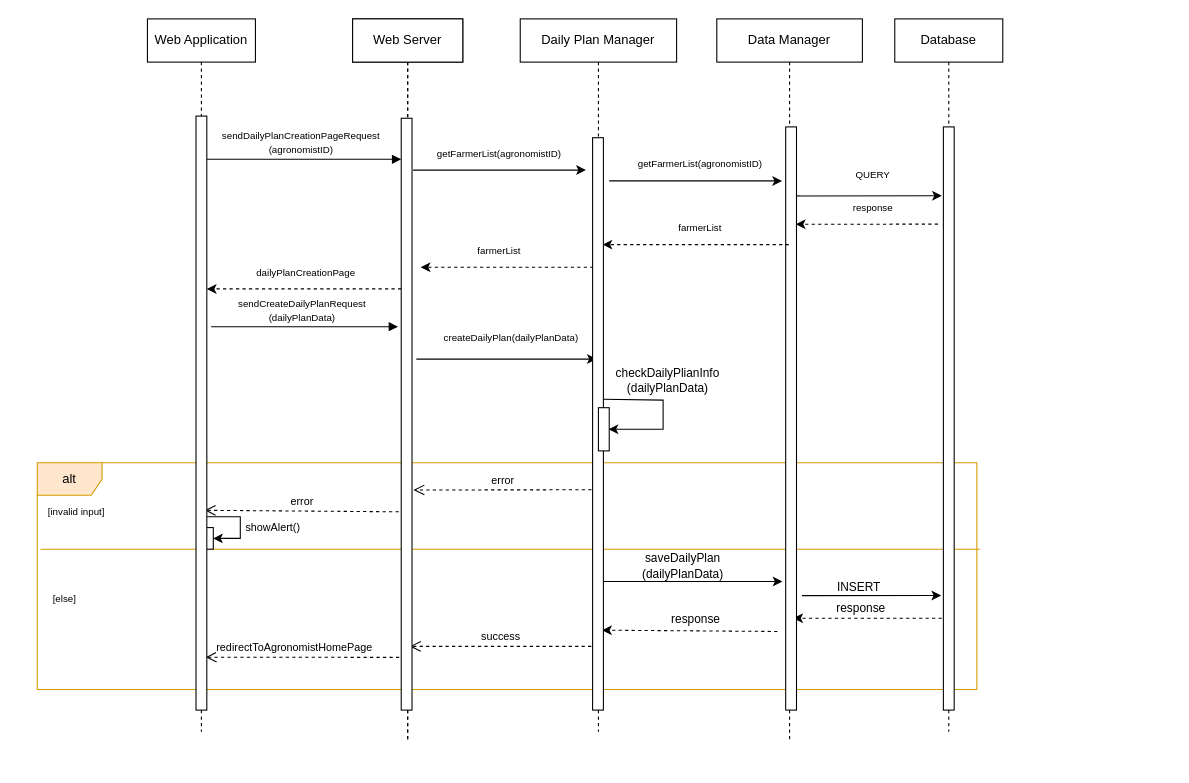
Before: page "A-CreateDP-UC3" (3 of 18) of DD/UML/Runtime.drawio in ictar/DREAM-SE2-Project-2022, a draw.io diagram. Source tidied: cells renumbered, new cells numbered last; positions are measured from the earlier drawing's top-left corner, leaving out a move shared by most shapes. Both pictures are drawn from the tidied source at 108%, with x=0, y=0 at pixel (18, 18).
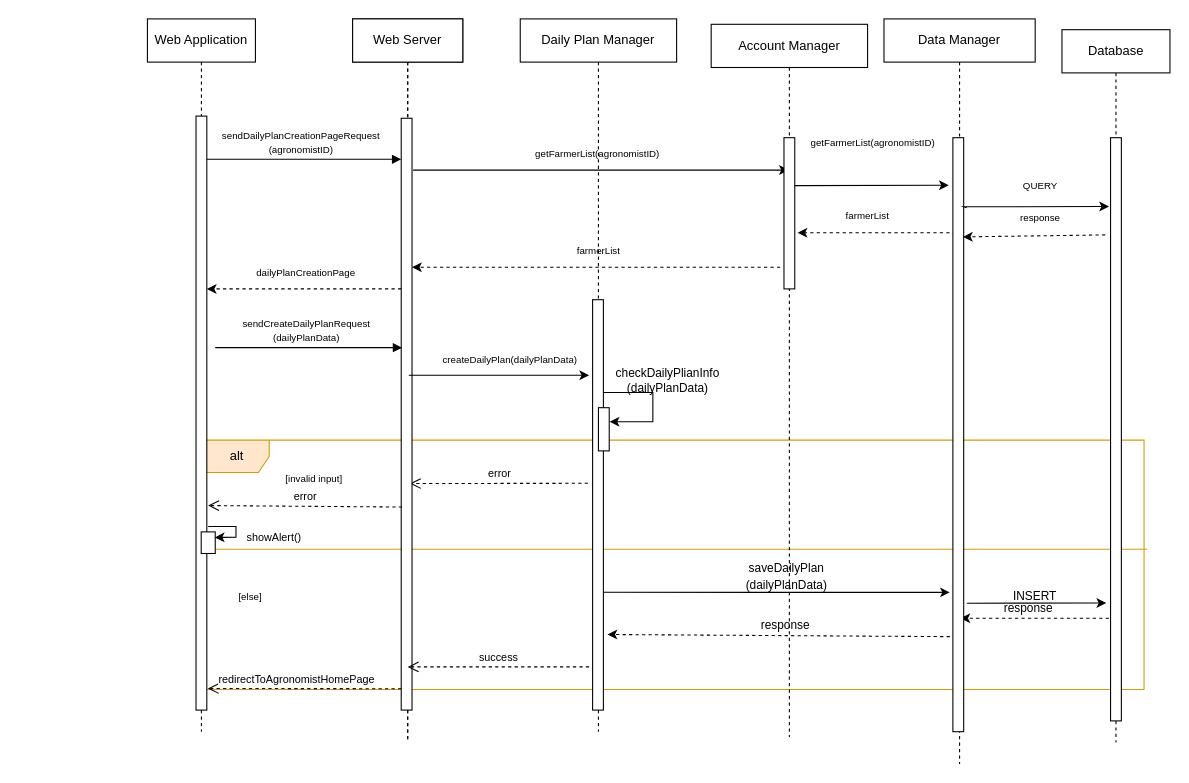
The same diagram, later.

The change refers to these unchanged cells:
```xml
<mxCell id="28" value="Web Server" style="shape=umlLifeline;perimeter=lifelinePerimeter;whiteSpace=wrap;html=1;" parent="1" vertex="1">
  <mxGeometry x="309" width="102" height="670" as="geometry" />
</mxCell>
<mxCell id="31" style="html=1;points=[];perimeter=orthogonalPerimeter;" parent="1" vertex="1">
  <mxGeometry x="164" y="90" width="10" height="550" as="geometry" />
</mxCell>
```

The edit, as a diff of the source:
```diff
@@
     <mxCell id="2" value="Data Manager" style="shape=umlLifeline;perimeter=lifelinePerimeter;whiteSpace=wrap;html=1;" parent="1" vertex="1">
-      <mxGeometry x="646.2" width="134.8" height="670" as="geometry" />
+      <mxGeometry x="801" width="140" height="690" as="geometry" />
     </mxCell>
-    <mxCell id="3" style="endArrow=classic;html=1;rounded=0;fontFamily=Helvetica;fontSize=9;strokeColor=#000000;" parent="2" edge="1">
-      <mxGeometry relative="1" as="geometry">
-        <mxPoint x="-39.6" y="150" as="sourcePoint" />
-        <mxPoint x="60.4" y="150" as="targetPoint" />
-        <Array as="points">
-          <mxPoint x="-99.6" y="150" />
-        </Array>
-      </mxGeometry>
-    </mxCell>
@@
     <mxCell id="5" value="alt" style="shape=umlFrame;whiteSpace=wrap;html=1;fillColor=#ffe6cc;strokeColor=#d79b00;" parent="2" vertex="1">
-      <mxGeometry x="-629.2" y="411" width="870" height="210" as="geometry" />
+      <mxGeometry x="-629.2" y="390" width="870" height="231" as="geometry" />
     </mxCell>
-    <mxCell id="6" style="endArrow=classic;html=1;rounded=0;dashed=1;exitX=-0.367;exitY=0.985;exitDx=0;exitDy=0;exitPerimeter=0;" parent="2" edge="1">
+    <mxCell id="6" style="endArrow=classic;html=1;rounded=0;dashed=1;exitX=-0.281;exitY=0.84;exitDx=0;exitDy=0;exitPerimeter=0;" parent="2" edge="1" source="37">
       <mxGeometry relative="1" as="geometry">
-        <mxPoint x="56.1" y="567.2" as="sourcePoint" />
-        <mxPoint x="-106.2" y="566" as="targetPoint" />
+        <mxPoint x="-256" y="570" as="targetPoint" />
       </mxGeometry>
     </mxCell>
     <mxCell id="7" style="endArrow=classic;html=1;rounded=0;" parent="2" edge="1">
       <mxGeometry relative="1" as="geometry">
-        <mxPoint x="78.8" y="534" as="sourcePoint" />
-        <mxPoint x="207.8" y="533.9" as="targetPoint" />
+        <mxPoint x="76.8" y="541" as="sourcePoint" />
+        <mxPoint x="205.8" y="540.9" as="targetPoint" />
       </mxGeometry>
     </mxCell>
@@
-    <mxCell id="10" value="&lt;font style=&quot;font-size: 9px&quot;&gt;[else]&lt;/font&gt;" style="text;html=1;strokeColor=none;fillColor=none;align=center;verticalAlign=middle;whiteSpace=wrap;rounded=0;rotation=0;" parent="2" vertex="1">
-      <mxGeometry x="-646.2" y="521" width="85" height="30" as="geometry" />
-    </mxCell>
-    <mxCell id="11" value="&lt;font style=&quot;font-size: 9px&quot;&gt;[invalid input]&lt;/font&gt;" style="text;html=1;strokeColor=none;fillColor=none;align=center;verticalAlign=middle;whiteSpace=wrap;rounded=0;" parent="2" vertex="1">
-      <mxGeometry x="-635.2" y="441" width="85" height="30" as="geometry" />
-    </mxCell>
-    <mxCell id="12" value="&lt;span style=&quot;font-family: &amp;#34;helvetica&amp;#34; ; font-size: x-small&quot;&gt;redirectToA&lt;/span&gt;&lt;font face=&quot;helvetica&quot; size=&quot;1&quot;&gt;gronomistHomePage&lt;/font&gt;" style="html=1;verticalAlign=bottom;endArrow=open;dashed=1;endSize=8;exitX=-0.09;exitY=0.822;rounded=0;exitDx=0;exitDy=0;exitPerimeter=0;" parent="2" edge="1">
-      <mxGeometry x="0.07" relative="1" as="geometry">
-        <mxPoint x="-294.1" y="591.2" as="sourcePoint" />
-        <mxPoint x="-473.2" y="591" as="targetPoint" />
-        <mxPoint x="-1" as="offset" />
-      </mxGeometry>
-    </mxCell>
-    <mxCell id="13" value="&lt;font style=&quot;font-size: 10px&quot;&gt;success&lt;/font&gt;" style="html=1;verticalAlign=bottom;endArrow=open;dashed=1;endSize=8;rounded=0;" parent="2" edge="1">
-      <mxGeometry relative="1" as="geometry">
-        <mxPoint x="-116.2" y="581" as="sourcePoint" />
-        <mxPoint x="-284.2" y="581" as="targetPoint" />
-      </mxGeometry>
-    </mxCell>
-    <mxCell id="14" value="&lt;font style=&quot;font-size: 11px&quot;&gt;saveDailyPlan&lt;br&gt;(d&lt;/font&gt;&lt;span style=&quot;font-size: 11px&quot;&gt;ailyPlanData)&lt;/span&gt;" style="text;html=1;strokeColor=none;fillColor=none;align=center;verticalAlign=middle;whiteSpace=wrap;rounded=0;" parent="2" vertex="1">
-      <mxGeometry x="-61" y="491" width="60" height="30" as="geometry" />
-    </mxCell>
-    <mxCell id="15" style="endArrow=classic;html=1;rounded=0;exitX=1;exitY=0.75;exitDx=0;exitDy=0;" parent="2" edge="1">
+    <mxCell id="15" style="endArrow=classic;html=1;rounded=0;exitX=0.5;exitY=0.713;exitDx=0;exitDy=0;exitPerimeter=0;" parent="2" edge="1" source="48">
       <mxGeometry relative="1" as="geometry">
-        <mxPoint x="-106" y="521" as="sourcePoint" />
-        <mxPoint x="60.8" y="521" as="targetPoint" />
+        <mxPoint x="61" y="531" as="targetPoint" />
       </mxGeometry>
     </mxCell>
-    <mxCell id="16" value="response" style="text;html=1;strokeColor=none;fillColor=none;align=center;verticalAlign=middle;whiteSpace=wrap;rounded=0;fontSize=11;" parent="2" vertex="1">
-      <mxGeometry x="-49.6" y="546" width="60" height="20" as="geometry" />
-    </mxCell>
-    <mxCell id="17" style="endArrow=classic;html=1;rounded=0;fontSize=11;strokeColor=#000000;exitX=0.91;exitY=0.457;exitDx=0;exitDy=0;exitPerimeter=0;" parent="2" edge="1" source="48">
+    <mxCell id="17" style="endArrow=classic;html=1;rounded=0;fontSize=11;strokeColor=#000000;" parent="2" edge="1">
       <mxGeometry relative="1" as="geometry">
-        <mxPoint x="-100.2" y="380" as="targetPoint" />
+        <mxPoint x="-268.4" y="346" as="sourcePoint" />
+        <mxPoint x="-254" y="373" as="targetPoint" />
         <Array as="points">
-          <mxPoint x="-49.7" y="353" />
-          <mxPoint x="-49.7" y="380" />
+          <mxPoint x="-254" y="346" />
+          <mxPoint x="-214" y="346" />
+          <mxPoint x="-214" y="373" />
         </Array>
       </mxGeometry>
     </mxCell>
-    <mxCell id="18" style="endArrow=classic;html=1;rounded=0;fontSize=9;entryX=0.978;entryY=0.131;entryDx=0;entryDy=0;entryPerimeter=0;edgeStyle=orthogonalEdgeStyle;endFill=1;" parent="2" edge="1">
-      <mxGeometry relative="1" as="geometry">
-        <mxPoint x="-479.2" y="461" as="sourcePoint" />
-        <mxPoint x="-466.4" y="481" as="targetPoint" />
-        <Array as="points">
-          <mxPoint x="-441.2" y="461" />
-          <mxPoint x="-441.2" y="481" />
-        </Array>
-      </mxGeometry>
-    </mxCell>
-    <mxCell id="19" value="showAlert()" style="text;html=1;align=center;verticalAlign=middle;strokeColor=none;fillColor=none;fontSize=10;" parent="2" vertex="1">
-      <mxGeometry x="-446.2" y="461" width="70" height="20" as="geometry" />
-    </mxCell>
-    <mxCell id="20" value="&lt;div&gt;&lt;span style=&quot;font-size: 9px&quot;&gt;sendCreateDailyPlanRequest&lt;/span&gt;&lt;/div&gt;&lt;div&gt;&lt;span style=&quot;font-size: 9px&quot;&gt;(dailyPlanData&lt;/span&gt;&lt;span style=&quot;font-size: 9px&quot;&gt;)&lt;/span&gt;&lt;/div&gt;" style="html=1;verticalAlign=bottom;endArrow=block;rounded=0;align=center;" parent="2" edge="1">
-      <mxGeometry x="-0.03" relative="1" as="geometry">
-        <mxPoint x="-468.2" y="285" as="sourcePoint" />
-        <mxPoint x="-295.2" y="285" as="targetPoint" />
-        <Array as="points">
-          <mxPoint x="-371.2" y="285" />
-        </Array>
-      </mxGeometry>
-    </mxCell>
-    <mxCell id="21" style="endArrow=classic;html=1;rounded=0;" parent="2" edge="1">
-      <mxGeometry relative="1" as="geometry">
-        <mxPoint x="-278.2" y="315" as="sourcePoint" />
-        <mxPoint x="-111.2" y="315" as="targetPoint" />
-        <Array as="points">
-          <mxPoint x="-221.2" y="315" />
-        </Array>
-      </mxGeometry>
-    </mxCell>
-    <mxCell id="22" value="&lt;span style=&quot;font-size: 9px ; background-color: rgb(255 , 255 , 255)&quot;&gt;createDailyPlan&lt;/span&gt;&lt;span style=&quot;background-color: rgb(255 , 255 , 255) ; font-size: 9px&quot;&gt;(d&lt;/span&gt;&lt;span style=&quot;font-size: 9px ; background-color: rgb(255 , 255 , 255)&quot;&gt;ailyPlanData&lt;/span&gt;&lt;span style=&quot;background-color: rgb(255 , 255 , 255) ; font-size: 9px&quot;&gt;)&lt;/span&gt;" style="text;html=1;strokeColor=none;fillColor=none;align=center;verticalAlign=middle;whiteSpace=wrap;rounded=0;" parent="2" vertex="1">
-      <mxGeometry x="-220" y="280" width="60" height="30" as="geometry" />
-    </mxCell>
+    <mxCell id="42" style="endArrow=classic;html=1;rounded=0;fontFamily=Helvetica;fontSize=9;strokeColor=#000000;dashed=1;" parent="2" edge="1">
+      <mxGeometry relative="1" as="geometry">
+        <mxPoint x="66.7" y="198" as="sourcePoint" />
+        <mxPoint x="-80" y="198" as="targetPoint" />
+      </mxGeometry>
+    </mxCell>
+    <mxCell id="46" value="farmerList" style="text;html=1;strokeColor=none;fillColor=none;align=center;verticalAlign=middle;whiteSpace=wrap;rounded=0;labelBackgroundColor=none;fontFamily=Helvetica;fontSize=9;" parent="2" vertex="1">
+      <mxGeometry x="-45.2" y="168" width="60" height="30" as="geometry" />
+    </mxCell>
     <mxCell id="23" value="&lt;font style=&quot;font-size: 10px&quot;&gt;error&lt;/font&gt;" style="html=1;verticalAlign=bottom;endArrow=open;dashed=1;endSize=8;rounded=0;exitX=-0.067;exitY=0.831;exitDx=0;exitDy=0;exitPerimeter=0;entryX=0.953;entryY=0.495;entryDx=0;entryDy=0;entryPerimeter=0;" parent="2" edge="1">
       <mxGeometry relative="1" as="geometry">
-        <mxPoint x="-116" y="436" as="sourcePoint" />
-        <mxPoint x="-280.9" y="436.2" as="targetPoint" />
+        <mxPoint x="-274.1" y="430" as="sourcePoint" />
+        <mxPoint x="-439" y="430.2" as="targetPoint" />
       </mxGeometry>
     </mxCell>
-    <mxCell id="24" value="&lt;font style=&quot;font-size: 10px&quot;&gt;error&lt;/font&gt;" style="html=1;verticalAlign=bottom;endArrow=open;dashed=1;endSize=8;rounded=0;exitX=-0.067;exitY=0.831;exitDx=0;exitDy=0;exitPerimeter=0;" parent="2" edge="1">
-      <mxGeometry relative="1" as="geometry">
-        <mxPoint x="-294.5" y="456.4" as="sourcePoint" />
-        <mxPoint x="-474.2" y="455" as="targetPoint" />
-      </mxGeometry>
-    </mxCell>
-    <mxCell id="25" style="html=1;perimeter=orthogonalPerimeter;" parent="2" vertex="1">
-      <mxGeometry x="-479.2" y="471" width="13" height="20" as="geometry" />
-    </mxCell>
+    <mxCell id="51" value="&lt;span style=&quot;font-size: 11px&quot;&gt;INSERT&lt;/span&gt;" style="text;html=1;strokeColor=none;fillColor=none;align=center;verticalAlign=middle;whiteSpace=wrap;rounded=0;" parent="2" vertex="1">
+      <mxGeometry x="110" y="520" width="60" height="30" as="geometry" />
+    </mxCell>
@@
+    <mxCell id="12" value="&lt;span style=&quot;font-family: &amp;#34;helvetica&amp;#34; ; font-size: x-small&quot;&gt;redirectToA&lt;/span&gt;&lt;font face=&quot;helvetica&quot; size=&quot;1&quot;&gt;gronomistHomePage&lt;/font&gt;" style="html=1;verticalAlign=bottom;endArrow=open;dashed=1;endSize=8;exitX=-0.09;exitY=0.822;rounded=0;exitDx=0;exitDy=0;exitPerimeter=0;" parent="28" edge="1">
+      <mxGeometry x="0.07" relative="1" as="geometry">
+        <mxPoint x="45" y="620.2" as="sourcePoint" />
+        <mxPoint x="-134.1" y="620" as="targetPoint" />
+        <mxPoint x="-1" as="offset" />
+      </mxGeometry>
+    </mxCell>
@@
     <mxCell id="35" value="Database" style="shape=umlLifeline;perimeter=lifelinePerimeter;whiteSpace=wrap;html=1;" parent="1" vertex="1">
-      <mxGeometry x="811" width="100" height="660" as="geometry" />
+      <mxGeometry x="965.8" y="10" width="100" height="660" as="geometry" />
     </mxCell>
     <mxCell id="36" style="rounded=0;whiteSpace=wrap;html=1;" parent="1" vertex="1">
-      <mxGeometry x="856" y="100" width="10" height="540" as="geometry" />
+      <mxGeometry x="1010.8" y="110" width="10" height="540" as="geometry" />
     </mxCell>
     <mxCell id="37" style="rounded=0;whiteSpace=wrap;html=1;" parent="1" vertex="1">
-      <mxGeometry x="710" y="100" width="10" height="540" as="geometry" />
+      <mxGeometry x="864.8" y="110" width="10" height="550" as="geometry" />
     </mxCell>
-    <mxCell id="38" style="endArrow=classic;html=1;rounded=0;fontFamily=Helvetica;fontSize=9;strokeColor=#000000;" parent="1" edge="1">
+    <mxCell id="38" style="endArrow=classic;html=1;rounded=0;fontFamily=Helvetica;fontSize=9;strokeColor=#000000;" parent="1" edge="1" target="53">
       <mxGeometry relative="1" as="geometry">
         <mxPoint x="425" y="140" as="sourcePoint" />
-        <mxPoint x="525" y="140" as="targetPoint" />
         <Array as="points">
           <mxPoint x="365" y="140" />
         </Array>
       </mxGeometry>
     </mxCell>
     <mxCell id="39" value="QUERY" style="text;html=1;strokeColor=none;fillColor=none;align=center;verticalAlign=middle;whiteSpace=wrap;rounded=0;labelBackgroundColor=none;fontFamily=Helvetica;fontSize=9;" parent="1" vertex="1">
-      <mxGeometry x="761" y="130" width="60" height="30" as="geometry" />
+      <mxGeometry x="915.8" y="140" width="60" height="30" as="geometry" />
     </mxCell>
     <mxCell id="40" style="endArrow=classic;html=1;rounded=0;fontFamily=Helvetica;fontSize=9;strokeColor=#000000;entryX=0.933;entryY=0.167;entryDx=0;entryDy=0;entryPerimeter=0;dashed=1;" parent="1" edge="1" target="37">
       <mxGeometry relative="1" as="geometry">
-        <mxPoint x="851" y="190" as="sourcePoint" />
+        <mxPoint x="1005.8" y="200" as="sourcePoint" />
       </mxGeometry>
     </mxCell>
     <mxCell id="41" value="response" style="text;html=1;strokeColor=none;fillColor=none;align=center;verticalAlign=middle;whiteSpace=wrap;rounded=0;labelBackgroundColor=none;fontFamily=Helvetica;fontSize=9;" parent="1" vertex="1">
-      <mxGeometry x="761" y="160" width="60" height="30" as="geometry" />
+      <mxGeometry x="915.8" y="170" width="60" height="30" as="geometry" />
     </mxCell>
-    <mxCell id="42" style="endArrow=classic;html=1;rounded=0;fontFamily=Helvetica;fontSize=9;strokeColor=#000000;dashed=1;" parent="1" edge="1">
-      <mxGeometry relative="1" as="geometry">
-        <mxPoint x="712.9" y="209" as="sourcePoint" />
-        <mxPoint x="540.4" y="209" as="targetPoint" />
-      </mxGeometry>
-    </mxCell>
     <mxCell id="43" style="endArrow=classic;html=1;rounded=0;fontFamily=Helvetica;fontSize=9;strokeColor=#000000;dashed=1;" parent="1" edge="1">
       <mxGeometry relative="1" as="geometry">
-        <mxPoint x="532" y="230" as="sourcePoint" />
-        <mxPoint x="372" y="230" as="targetPoint" />
+        <mxPoint x="704.9" y="230" as="sourcePoint" />
+        <mxPoint x="364" y="230" as="targetPoint" />
       </mxGeometry>
     </mxCell>
     <mxCell id="44" value="getFarmerList(agronomistID)" style="text;html=1;strokeColor=none;fillColor=none;align=center;verticalAlign=middle;whiteSpace=wrap;rounded=0;labelBackgroundColor=none;fontFamily=Helvetica;fontSize=9;" parent="1" vertex="1">
-      <mxGeometry x="415" y="110" width="60" height="30" as="geometry" />
+      <mxGeometry x="506.2" y="110" width="60" height="30" as="geometry" />
     </mxCell>
     <mxCell id="45" value="getFarmerList(agronomistID)" style="text;html=1;strokeColor=none;fillColor=none;align=center;verticalAlign=middle;whiteSpace=wrap;rounded=0;labelBackgroundColor=none;fontFamily=Helvetica;fontSize=9;" parent="1" vertex="1">
-      <mxGeometry x="601" y="120" width="60" height="30" as="geometry" />
+      <mxGeometry x="761" y="100" width="60" height="30" as="geometry" />
     </mxCell>
-    <mxCell id="46" value="farmerList" style="text;html=1;strokeColor=none;fillColor=none;align=center;verticalAlign=middle;whiteSpace=wrap;rounded=0;labelBackgroundColor=none;fontFamily=Helvetica;fontSize=9;" parent="1" vertex="1">
-      <mxGeometry x="601" y="179" width="60" height="30" as="geometry" />
-    </mxCell>
     <mxCell id="47" value="farmerList" style="text;html=1;strokeColor=none;fillColor=none;align=center;verticalAlign=middle;whiteSpace=wrap;rounded=0;labelBackgroundColor=none;fontFamily=Helvetica;fontSize=9;" parent="1" vertex="1">
-      <mxGeometry x="415" y="200" width="60" height="30" as="geometry" />
+      <mxGeometry x="506.6" y="200" width="60" height="30" as="geometry" />
     </mxCell>
     <mxCell id="48" style="rounded=0;whiteSpace=wrap;html=1;" parent="1" vertex="1">
-      <mxGeometry x="531.2" y="110" width="10" height="530" as="geometry" />
+      <mxGeometry x="531.2" y="260" width="10" height="380" as="geometry" />
     </mxCell>
@@
-    <mxCell id="51" value="&lt;span style=&quot;font-size: 11px&quot;&gt;INSERT&lt;/span&gt;" style="text;html=1;strokeColor=none;fillColor=none;align=center;verticalAlign=middle;whiteSpace=wrap;rounded=0;" parent="1" vertex="1">
-      <mxGeometry x="748" y="511" width="60" height="30" as="geometry" />
-    </mxCell>
     <mxCell id="52" style="endArrow=classic;html=1;rounded=0;fontFamily=Helvetica;fontSize=9;strokeColor=#000000;exitX=1.276;exitY=0.118;exitDx=0;exitDy=0;exitPerimeter=0;entryX=-0.143;entryY=0.118;entryDx=0;entryDy=0;entryPerimeter=0;" parent="1" edge="1" source="37" target="36">
       <mxGeometry relative="1" as="geometry">
         <Array as="points">
-          <mxPoint x="720" y="164" />
+          <mxPoint x="874.8" y="174" />
         </Array>
       </mxGeometry>
     </mxCell>
+    <mxCell id="53" value="&lt;span&gt;Account Manager&lt;/span&gt;" style="shape=umlLifeline;perimeter=lifelinePerimeter;whiteSpace=wrap;html=1;outlineConnect=0;" parent="1" vertex="1">
+      <mxGeometry x="641" y="5" width="144.8" height="660" as="geometry" />
+    </mxCell>
+    <mxCell id="54" style="rounded=0;whiteSpace=wrap;html=1;" parent="1" vertex="1">
+      <mxGeometry x="708.4" y="110" width="10" height="140" as="geometry" />
+    </mxCell>
+    <mxCell id="55" style="endArrow=classic;html=1;rounded=0;fontFamily=Helvetica;fontSize=9;strokeColor=#000000;" parent="1" edge="1">
+      <mxGeometry relative="1" as="geometry">
+        <mxPoint x="778.4" y="154.4" as="sourcePoint" />
+        <mxPoint x="861" y="154" as="targetPoint" />
+        <Array as="points">
+          <mxPoint x="718.4" y="154.4" />
+        </Array>
+      </mxGeometry>
+    </mxCell>
+    <mxCell id="20" value="&lt;div&gt;&lt;span style=&quot;font-size: 9px&quot;&gt;sendCreateDailyPlanRequest&lt;/span&gt;&lt;/div&gt;&lt;div&gt;&lt;span style=&quot;font-size: 9px&quot;&gt;(dailyPlanData&lt;/span&gt;&lt;span style=&quot;font-size: 9px&quot;&gt;)&lt;/span&gt;&lt;/div&gt;" style="html=1;verticalAlign=bottom;endArrow=block;rounded=0;align=center;" parent="1" edge="1">
+      <mxGeometry x="-0.03" relative="1" as="geometry">
+        <mxPoint x="181.8" y="304.4" as="sourcePoint" />
+        <mxPoint x="354.8" y="304.4" as="targetPoint" />
+        <Array as="points">
+          <mxPoint x="278.8" y="304.4" />
+        </Array>
+      </mxGeometry>
+    </mxCell>
+    <mxCell id="22" value="&lt;span style=&quot;font-size: 9px ; background-color: rgb(255 , 255 , 255)&quot;&gt;createDailyPlan&lt;/span&gt;&lt;span style=&quot;background-color: rgb(255 , 255 , 255) ; font-size: 9px&quot;&gt;(d&lt;/span&gt;&lt;span style=&quot;font-size: 9px ; background-color: rgb(255 , 255 , 255)&quot;&gt;ailyPlanData&lt;/span&gt;&lt;span style=&quot;background-color: rgb(255 , 255 , 255) ; font-size: 9px&quot;&gt;)&lt;/span&gt;" style="text;html=1;strokeColor=none;fillColor=none;align=center;verticalAlign=middle;whiteSpace=wrap;rounded=0;" parent="1" vertex="1">
+      <mxGeometry x="424.8" y="300" width="60" height="30" as="geometry" />
+    </mxCell>
+    <mxCell id="21" style="endArrow=classic;html=1;rounded=0;" parent="1" edge="1">
+      <mxGeometry relative="1" as="geometry">
+        <mxPoint x="361" y="330" as="sourcePoint" />
+        <mxPoint x="528" y="330" as="targetPoint" />
+        <Array as="points">
+          <mxPoint x="418" y="330" />
+        </Array>
+      </mxGeometry>
+    </mxCell>
+    <mxCell id="24" value="&lt;font style=&quot;font-size: 10px&quot;&gt;error&lt;/font&gt;" style="html=1;verticalAlign=bottom;endArrow=open;dashed=1;endSize=8;rounded=0;exitX=-0.067;exitY=0.831;exitDx=0;exitDy=0;exitPerimeter=0;" parent="1" edge="1">
+      <mxGeometry relative="1" as="geometry">
+        <mxPoint x="354.8" y="452" as="sourcePoint" />
+        <mxPoint x="175.2" y="450.6" as="targetPoint" />
+      </mxGeometry>
+    </mxCell>
+    <mxCell id="11" value="&lt;font style=&quot;font-size: 9px&quot;&gt;[invalid input]&lt;/font&gt;" style="text;html=1;strokeColor=none;fillColor=none;align=center;verticalAlign=middle;whiteSpace=wrap;rounded=0;" parent="1" vertex="1">
+      <mxGeometry x="231" y="410" width="85" height="30" as="geometry" />
+    </mxCell>
+    <mxCell id="25" style="html=1;perimeter=orthogonalPerimeter;" parent="1" vertex="1">
+      <mxGeometry x="168.8" y="475" width="13" height="20" as="geometry" />
+    </mxCell>
+    <mxCell id="56" style="endArrow=classic;html=1;rounded=0;fontSize=12;fontColor=#000000;exitX=1.127;exitY=0.691;exitDx=0;exitDy=0;exitPerimeter=0;entryX=0.011;entryY=0.39;entryDx=0;entryDy=0;entryPerimeter=0;" parent="1" edge="1" source="31" target="5">
+      <mxGeometry relative="1" as="geometry">
+        <Array as="points">
+          <mxPoint x="201" y="470" />
+          <mxPoint x="201" y="480" />
+        </Array>
+      </mxGeometry>
+    </mxCell>
+    <mxCell id="19" value="showAlert()" style="text;html=1;align=center;verticalAlign=middle;strokeColor=none;fillColor=none;fontSize=10;" parent="1" vertex="1">
+      <mxGeometry x="201" y="470" width="70" height="20" as="geometry" />
+    </mxCell>
+    <mxCell id="16" value="response" style="text;html=1;strokeColor=none;fillColor=none;align=center;verticalAlign=middle;whiteSpace=wrap;rounded=0;fontSize=11;" parent="1" vertex="1">
+      <mxGeometry x="680" y="551" width="60" height="20" as="geometry" />
+    </mxCell>
+    <mxCell id="14" value="&lt;font style=&quot;font-size: 11px&quot;&gt;saveDailyPlan&lt;br&gt;(d&lt;/font&gt;&lt;span style=&quot;font-size: 11px&quot;&gt;ailyPlanData)&lt;/span&gt;" style="text;html=1;strokeColor=none;fillColor=none;align=center;verticalAlign=middle;whiteSpace=wrap;rounded=0;" parent="1" vertex="1">
+      <mxGeometry x="681" y="501" width="60" height="30" as="geometry" />
+    </mxCell>
+    <mxCell id="13" value="&lt;font style=&quot;font-size: 10px&quot;&gt;success&lt;/font&gt;" style="html=1;verticalAlign=bottom;endArrow=open;dashed=1;endSize=8;rounded=0;" parent="1" edge="1">
+      <mxGeometry relative="1" as="geometry">
+        <mxPoint x="528" y="600" as="sourcePoint" />
+        <mxPoint x="360" y="600" as="targetPoint" />
+      </mxGeometry>
+    </mxCell>
+    <mxCell id="10" value="&lt;font style=&quot;font-size: 9px&quot;&gt;[else]&lt;/font&gt;" style="text;html=1;strokeColor=none;fillColor=none;align=center;verticalAlign=middle;whiteSpace=wrap;rounded=0;rotation=0;" parent="1" vertex="1">
+      <mxGeometry x="171.8" y="520" width="85" height="30" as="geometry" />
+    </mxCell>
```
